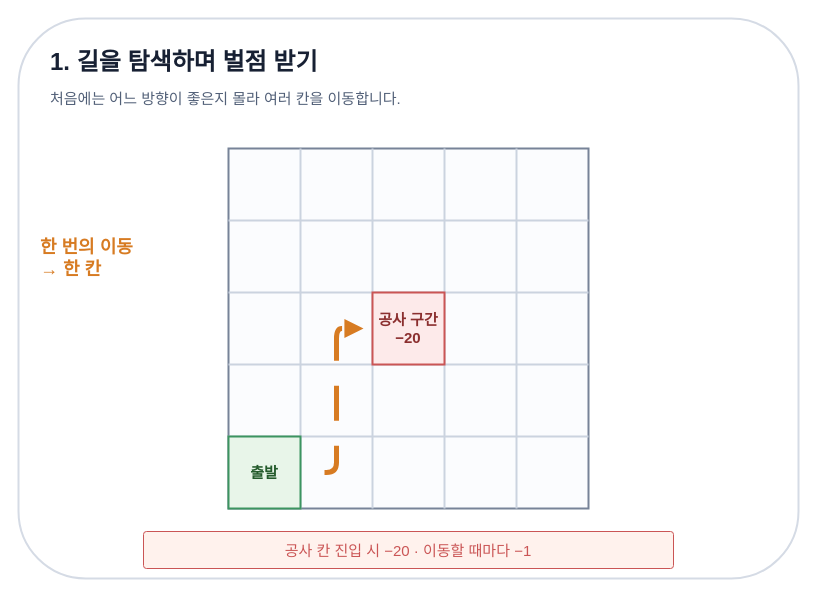
Above: page "1 길 탐색과 벌점" (1 of 4) of site/src/assets/diagrams/restaurant-reinforcement-learning.drawio in jongbob1918/jongbob1918.github.io (draw.io), before the change. Source tidied: cells renumbered, new cells numbered last; positions are measured from the earlier drawing's top-left corner, leaving out a move shared by most shapes. Both pictures are drawn from the tidied source at 100%, with x=0, y=0 at pixel (18, 18).
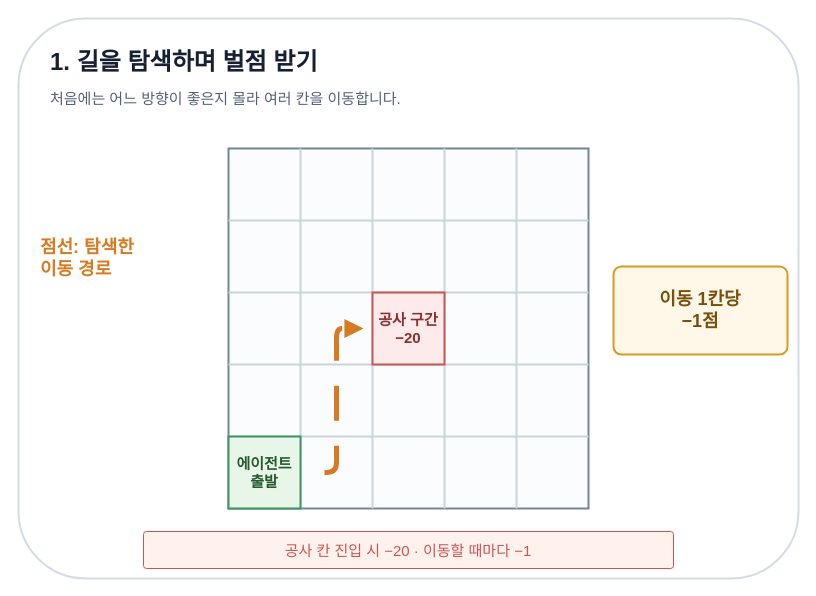
Above is the later version.

What changed in the source:
```diff
@@
-    <mxCell id="14" style="endArrow=block;endFill=1;html=1;strokeColor=#d77b22;strokeWidth=5;rounded=1;dashed=1;dashPattern=7 5;" parent="1" edge="1">
-      <mxGeometry relative="1" as="geometry">
-        <mxPoint x="246" y="454" as="sourcePoint" />
-        <mxPoint x="345" y="310" as="targetPoint" />
-        <Array as="points">
-          <mxPoint x="318" y="454" />
-          <mxPoint x="318" y="310" />
-        </Array>
-      </mxGeometry>
+    <mxCell id="14" value="이동 1칸당&#10;−1점" style="rounded=1;arcSize=9;whiteSpace=wrap;html=1;fillColor=#fff8e9;strokeColor=#d69b27;strokeWidth=2;fontSize=18;fontColor=#77500c;fontStyle=1;align=center;verticalAlign=middle;" parent="1" vertex="1">
+      <mxGeometry x="595" y="248" width="174" height="88" as="geometry" />
     </mxCell>
-    <mxCell id="15" value="출발" style="rounded=0;arcSize=0;whiteSpace=wrap;html=1;fillColor=#e8f5e9;strokeColor=#3c9460;strokeWidth=2;fontSize=15;fontColor=#245b2c;fontStyle=1;align=center;verticalAlign=middle;" parent="1" vertex="1">
-      <mxGeometry x="210" y="418" width="72" height="72" as="geometry" />
+    <mxCell id="15" style="endArrow=block;endFill=1;html=1;strokeColor=#d77b22;strokeWidth=5;rounded=1;dashed=1;dashPattern=7 5;" parent="1" edge="1">
+      <mxGeometry relative="1" as="geometry">
+        <mxPoint x="246" y="454" as="sourcePoint" />
+        <mxPoint x="345" y="310" as="targetPoint" />
+        <Array as="points">
+          <mxPoint x="318" y="454" />
+          <mxPoint x="318" y="310" />
+        </Array>
+      </mxGeometry>
     </mxCell>
-    <mxCell id="16" value="공사 구간&#10;−20" style="rounded=0;arcSize=0;whiteSpace=wrap;html=1;fillColor=#fdeaea;strokeColor=#ca5555;strokeWidth=2;fontSize=15;fontColor=#8b2f2f;fontStyle=1;align=center;verticalAlign=middle;" parent="1" vertex="1">
-      <mxGeometry x="354" y="274" width="72" height="72" as="geometry" />
+    <mxCell id="16" value="에이전트&#10;출발" style="rounded=0;arcSize=0;whiteSpace=wrap;html=1;fillColor=#e8f5e9;strokeColor=#3c9460;strokeWidth=2;fontSize=15;fontColor=#245b2c;fontStyle=1;align=center;verticalAlign=middle;" parent="1" vertex="1">
+      <mxGeometry x="210" y="418" width="72" height="72" as="geometry" />
     </mxCell>
-    <mxCell id="17" value="한 번의 이동&#10;→ 한 칸" style="text;html=1;strokeColor=none;fillColor=none;align=left;verticalAlign=middle;fontSize=18;fontColor=#d77b22;fontStyle=1;" parent="1" vertex="1">
-      <mxGeometry x="20" y="200" width="175" height="80" as="geometry" />
+    <mxCell id="17" value="공사 구간&#10;−20" style="rounded=0;arcSize=0;whiteSpace=wrap;html=1;fillColor=#fdeaea;strokeColor=#ca5555;strokeWidth=2;fontSize=15;fontColor=#8b2f2f;fontStyle=1;align=center;verticalAlign=middle;" parent="1" vertex="1">
+      <mxGeometry x="354" y="274" width="72" height="72" as="geometry" />
     </mxCell>
-    <mxCell id="18" value="공사 칸 진입 시 −20 · 이동할 때마다 −1" style="rounded=1;arcSize=8;whiteSpace=wrap;html=1;fillColor=#fff2ed;strokeColor=#ca5555;strokeWidth=1;fontSize=15;fontColor=#ca5555;fontStyle=0;align=center;verticalAlign=middle;" parent="1" vertex="1">
-      <mxGeometry x="125" y="513" width="530" height="37" as="geometry" />
+    <mxCell id="18" value="점선: 탐색한&#10;이동 경로" style="text;html=1;strokeColor=none;fillColor=none;align=left;verticalAlign=middle;fontSize=18;fontColor=#d77b22;fontStyle=1;" parent="1" vertex="1">
+      <mxGeometry x="20" y="200" width="175" height="80" as="geometry" />
     </mxCell>
+    <mxCell id="19" value="공사 칸 진입 시 −20 · 이동할 때마다 −1" style="rounded=1;arcSize=8;whiteSpace=wrap;html=1;fillColor=#fff2ed;strokeColor=#ca5555;strokeWidth=1;fontSize=15;fontColor=#ca5555;fontStyle=0;align=center;verticalAlign=middle;" parent="1" vertex="1">
+      <mxGeometry x="125" y="513" width="530" height="37" as="geometry" />
+    </mxCell>
```
